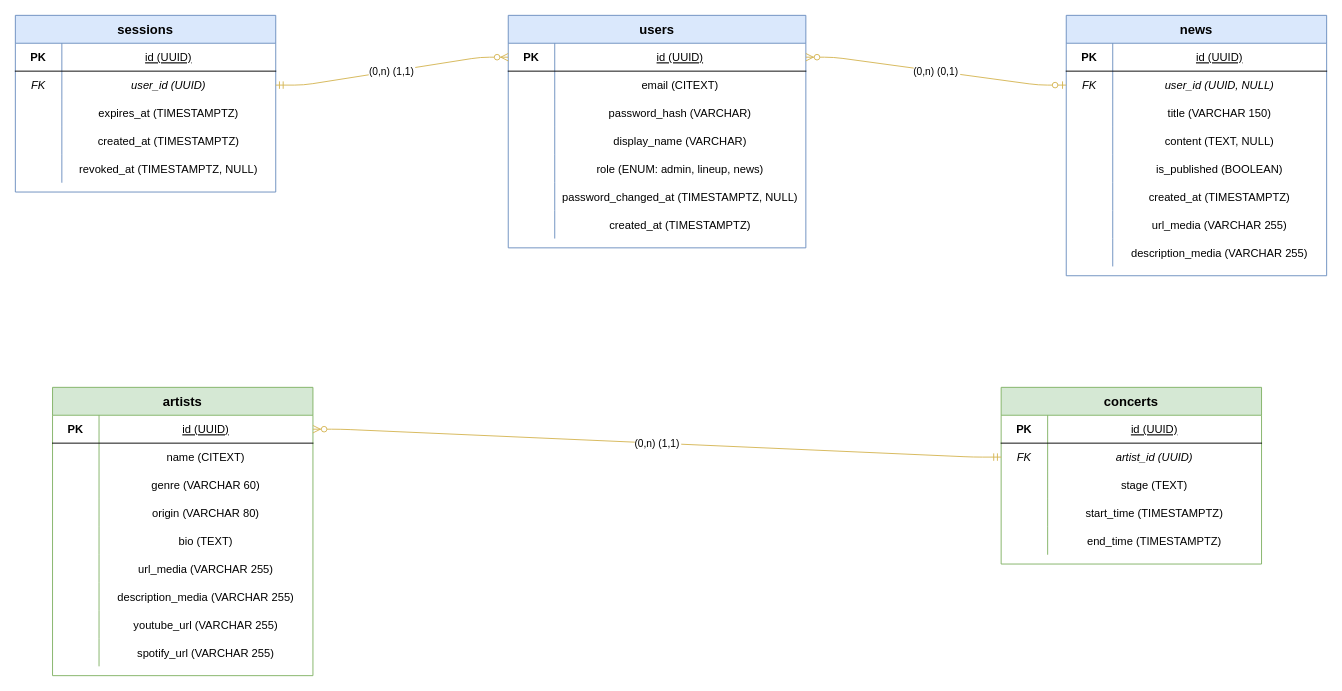
Before: bd/mld_vindhellfest.drawio in aurelienrnd/FestApp, a draw.io diagram. Source tidied: cells renumbered, new cells numbered last; positions are measured from the earlier drawing's top-left corner, leaving out a move shared by most shapes. Both pictures are drawn from the tidied source at 93%, with x=0, y=0 at pixel (15, 15).
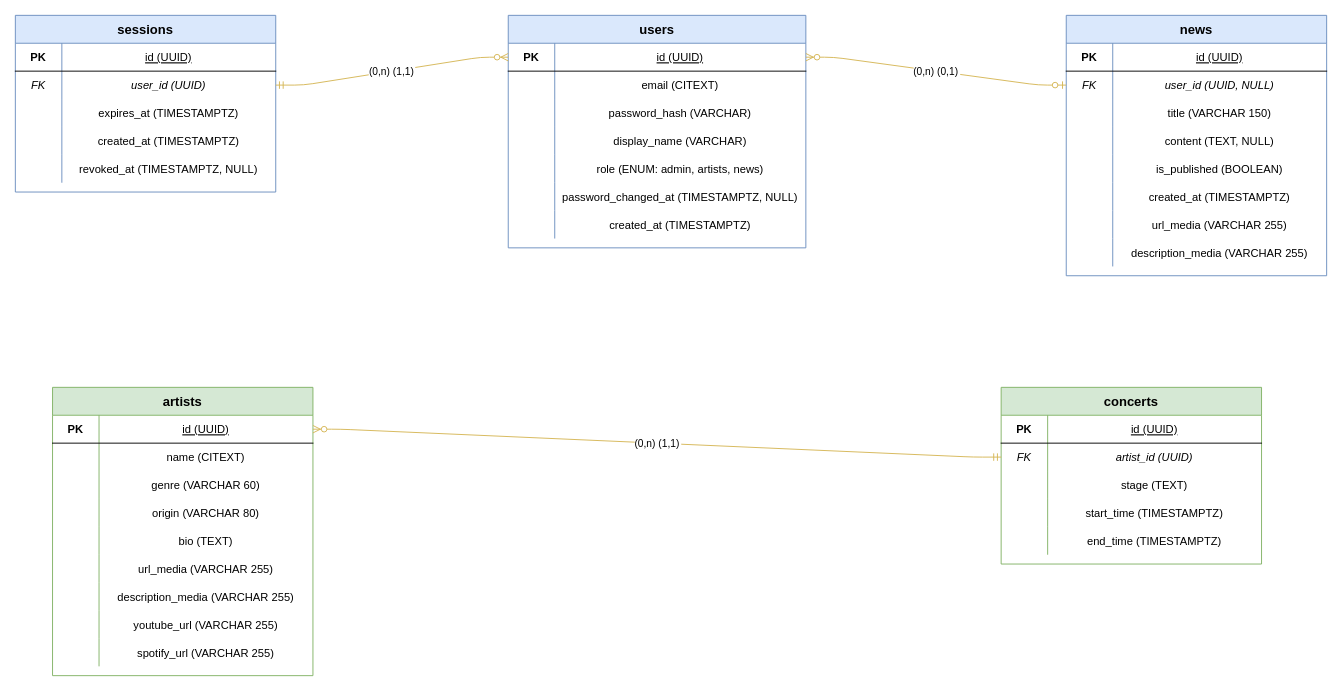
The same diagram, later.

Unchanged cells that the change refers to:
```xml
<mxCell id="15" style="shape=tableRow;horizontal=0;startSize=0;swimlaneHead=0;swimlaneBody=0;fillColor=none;fontSize=12;top=0;left=0;right=0;bottom=0;" parent="2" vertex="1">
  <mxGeometry y="150" width="320" height="30" as="geometry" />
</mxCell>
```

Change to the diagram source:
```diff
@@
-    <mxCell id="17" value="role (ENUM: admin, lineup, news)" style="shape=partialRectangle;fillColor=none;top=0;left=0;bottom=0;right=0;overflow=hidden;" parent="15" vertex="1">
+    <mxCell id="17" value="role (ENUM: admin, artists, news)" style="shape=partialRectangle;fillColor=none;top=0;left=0;bottom=0;right=0;overflow=hidden;" parent="15" vertex="1">
       <mxGeometry x="50" width="270" height="30" as="geometry" />
     </mxCell>
```
